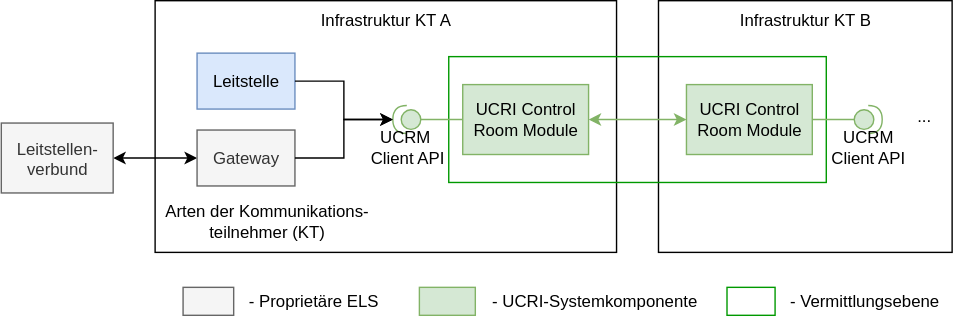
Above: staging/spec/ucri-components.drawio.svg in PMeV-EFUL/ucri2 (draw.io), before the change. Source tidied: cells renumbered, new cells last; positions are measured from the earlier drawing's top-left corner, leaving out a move shared by most shapes.
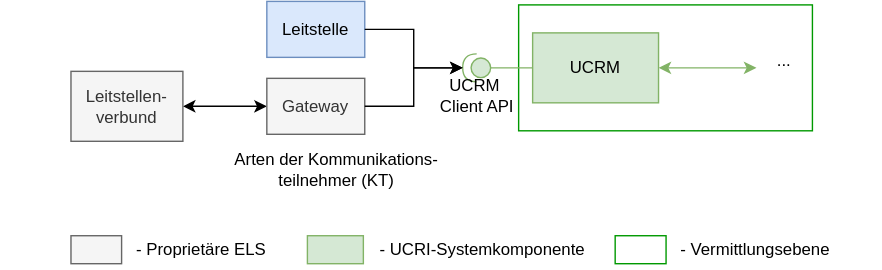
The same diagram one commit later.

Diff of the diagram source:
```diff
@@ -2,14 +2,8 @@
   <root>
     <mxCell id="0" />
     <mxCell id="1" parent="0" />
-    <mxCell id="2" value="Infrastruktur KT B" style="rounded=0;whiteSpace=wrap;html=1;fillColor=none;verticalAlign=top;" parent="1" vertex="1">
-      <mxGeometry x="470" width="210" height="180" as="geometry" />
-    </mxCell>
-    <mxCell id="3" value="Infrastruktur KT A" style="rounded=0;whiteSpace=wrap;html=1;fillColor=none;verticalAlign=top;" parent="1" vertex="1">
-      <mxGeometry x="110" width="330" height="180" as="geometry" />
-    </mxCell>
     <mxCell id="4" style="rounded=0;whiteSpace=wrap;html=1;fillColor=none;strokeColor=#009900;" parent="1" vertex="1">
-      <mxGeometry x="320" y="40" width="270" height="90" as="geometry" />
+      <mxGeometry x="320" y="40" width="210" height="90" as="geometry" />
     </mxCell>
     <mxCell id="5" style="edgeStyle=orthogonalEdgeStyle;rounded=0;jettySize=auto;html=1;endArrow=none;endFill=0;fillColor=#d5e8d4;strokeColor=#82b366;" parent="1" edge="1" source="6" target="18">
       <mxGeometry relative="1" as="geometry" />
@@ -18,10 +12,10 @@
       <mxGeometry x="280" y="75" width="20" height="20" as="geometry" />
     </mxCell>
     <mxCell id="7" style="rounded=0;whiteSpace=wrap;html=1;fillColor=#d5e8d4;strokeColor=#82b366;" parent="1" vertex="1">
-      <mxGeometry x="299" y="205" width="40" height="20" as="geometry" />
+      <mxGeometry x="169" y="205" width="40" height="20" as="geometry" />
     </mxCell>
     <mxCell id="8" value="- UCRI-Systemkomponente" style="text;html=1;strokeColor=none;fillColor=none;align=left;verticalAlign=middle;whiteSpace=wrap;rounded=0;" parent="1" vertex="1">
-      <mxGeometry x="349" y="200" width="160" height="30" as="geometry" />
+      <mxGeometry x="219" y="200" width="160" height="30" as="geometry" />
     </mxCell>
     <mxCell id="9" value="Leitstelle" style="rounded=0;whiteSpace=wrap;html=1;fillColor=#dae8fc;strokeColor=#6c8ebf;" parent="1" vertex="1">
       <mxGeometry x="140" y="37.5" width="70" height="40" as="geometry" />
@@ -39,22 +33,24 @@
       <mxGeometry x="100" y="142.5" width="180" height="30" as="geometry" />
     </mxCell>
     <mxCell id="14" style="group;" parent="1" vertex="1">
-      <mxGeometry x="519" y="200" width="180.5" height="30" as="geometry" />
+      <mxGeometry x="389" y="200" width="191" height="30" as="geometry" />
     </mxCell>
     <mxCell id="15" style="rounded=0;whiteSpace=wrap;html=1;fillColor=none;strokeColor=#009900;" parent="14" vertex="1">
-      <mxGeometry y="5" width="34.4" height="20" as="geometry" />
+      <mxGeometry y="5" width="36.4" height="20" as="geometry" />
     </mxCell>
     <mxCell id="16" value="- Vermittlungsebene" style="text;html=1;strokeColor=none;fillColor=none;align=left;verticalAlign=middle;whiteSpace=wrap;rounded=0;" parent="14" vertex="1">
-      <mxGeometry x="43" width="111.7" height="30" as="geometry" />
+      <mxGeometry x="45.5" width="118.2" height="30" as="geometry" />
     </mxCell>
-    <mxCell id="17" style="edgeStyle=orthogonalEdgeStyle;rounded=0;jettySize=auto;html=1;exitX=1;exitY=0.5;exitDx=0;exitDy=0;entryX=0;entryY=0.5;entryDx=0;entryDy=0;startArrow=classic;startFill=1;fillColor=#d5e8d4;strokeColor=#82b366;" parent="1" edge="1" source="18" target="23">
-      <mxGeometry relative="1" as="geometry" />
+    <mxCell id="17" style="edgeStyle=orthogonalEdgeStyle;rounded=0;jettySize=auto;html=1;exitX=1;exitY=0.5;exitDx=0;exitDy=0;entryX=0;entryY=0.5;entryDx=0;entryDy=0;startArrow=classic;startFill=1;fillColor=#d5e8d4;strokeColor=#82b366;" parent="1" edge="1" source="18">
+      <mxGeometry relative="1" as="geometry">
+        <mxPoint x="490" y="85" as="targetPoint" />
+      </mxGeometry>
     </mxCell>
-    <mxCell id="18" value="UCRI Control Room Module" style="rounded=0;whiteSpace=wrap;html=1;fillColor=#d5e8d4;strokeColor=#82b366;" parent="1" vertex="1">
+    <mxCell id="18" value="UCRM" style="rounded=0;whiteSpace=wrap;html=1;fillColor=#d5e8d4;strokeColor=#82b366;" parent="1" vertex="1">
       <mxGeometry x="330" y="60" width="90" height="50" as="geometry" />
     </mxCell>
     <mxCell id="19" style="group;" parent="1" vertex="1">
-      <mxGeometry x="80" y="200" width="190" height="30" as="geometry" />
+      <mxGeometry x="-50" y="200" width="190" height="30" as="geometry" />
     </mxCell>
     <mxCell id="20" style="rounded=0;whiteSpace=wrap;html=1;fillColor=#f5f5f5;strokeColor=#666666;fontColor=#333333;" parent="19" vertex="1">
       <mxGeometry x="50" y="5" width="36.2" height="20" as="geometry" />
@@ -63,25 +59,8 @@
       <mxGeometry x="95.2" width="99.5" height="30" as="geometry" />
     </mxCell>
     <mxCell id="22" value="..." style="text;html=1;strokeColor=none;fillColor=none;align=center;verticalAlign=middle;whiteSpace=wrap;rounded=0;" parent="1" vertex="1">
-      <mxGeometry x="640" y="68" width="40" height="30" as="geometry" />
+      <mxGeometry x="490" y="65" width="40" height="30" as="geometry" />
     </mxCell>
-    <mxCell id="23" value="UCRI Control Room Module" style="rounded=0;whiteSpace=wrap;html=1;fillColor=#d5e8d4;strokeColor=#82b366;" parent="1" vertex="1">
-      <mxGeometry x="490" y="60" width="90" height="50" as="geometry" />
-    </mxCell>
-    <mxCell id="24" style="group;" parent="1" vertex="1">
-      <mxGeometry x="610" y="75" width="20" height="20" as="geometry" />
-    </mxCell>
-    <mxCell id="25" style="edgeStyle=orthogonalEdgeStyle;rounded=0;jettySize=auto;html=1;endArrow=none;endFill=0;entryX=1;entryY=0.5;entryDx=0;entryDy=0;fillColor=#d5e8d4;strokeColor=#82b366;" parent="24" edge="1" target="23">
-      <mxGeometry relative="1" as="geometry">
-        <mxPoint y="10" as="sourcePoint" />
-      </mxGeometry>
-    </mxCell>
-    <mxCell id="26" style="shape=providedRequiredInterface;html=1;verticalLabelPosition=bottom;sketch=0;fillColor=#d5e8d4;strokeColor=#82b366;" parent="24" vertex="1">
-      <mxGeometry width="20" height="20" as="geometry" />
-    </mxCell>
-    <mxCell id="27" value="UCRM Client API" style="text;html=1;strokeColor=none;fillColor=none;align=center;verticalAlign=middle;whiteSpace=wrap;rounded=0;" parent="1" vertex="1">
-      <mxGeometry x="590" y="90" width="60" height="30" as="geometry" />
-    </mxCell>
     <mxCell id="28" style="edgeStyle=orthogonalEdgeStyle;rounded=0;jettySize=auto;html=1;entryX=1;entryY=0.5;entryDx=0;entryDy=0;entryPerimeter=0;" parent="1" edge="1" source="9" target="6">
       <mxGeometry relative="1" as="geometry" />
     </mxCell>
```
